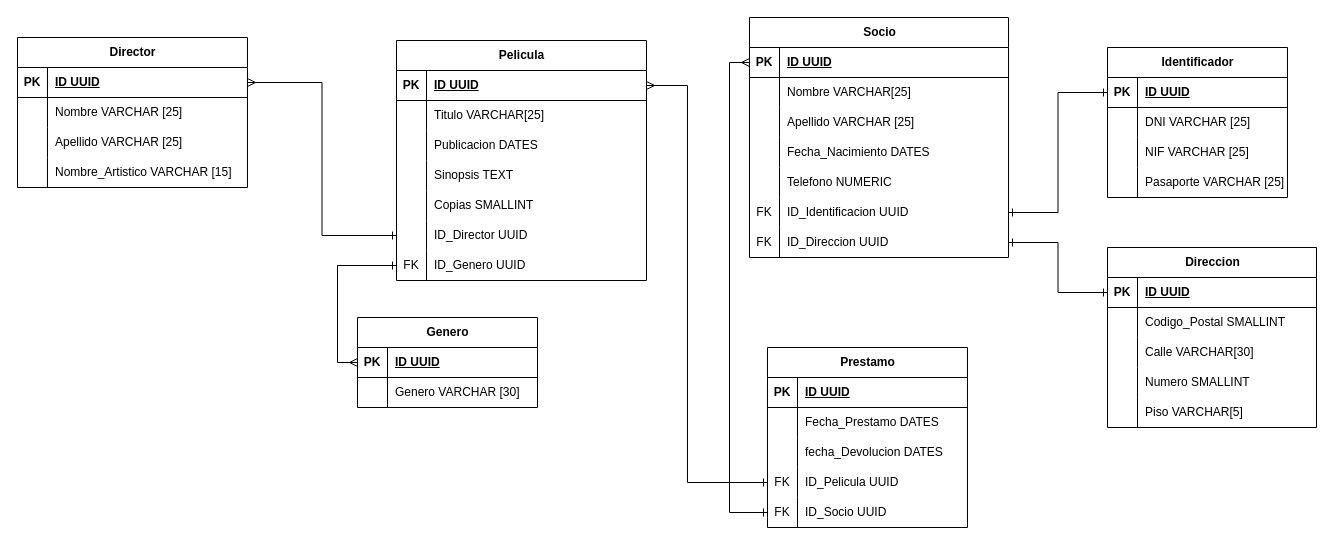
Before: Diagrama-Practica-Modulo-SQL.drawio in Gaston-Herrlein/Practica-Modulo-SQL, a draw.io diagram. Source tidied: cells renumbered, new cells numbered last; positions are measured from the earlier drawing's top-left corner, leaving out a move shared by most shapes. Both pictures are drawn from the tidied source at 100%, with x=0, y=0 at pixel (17, 17).
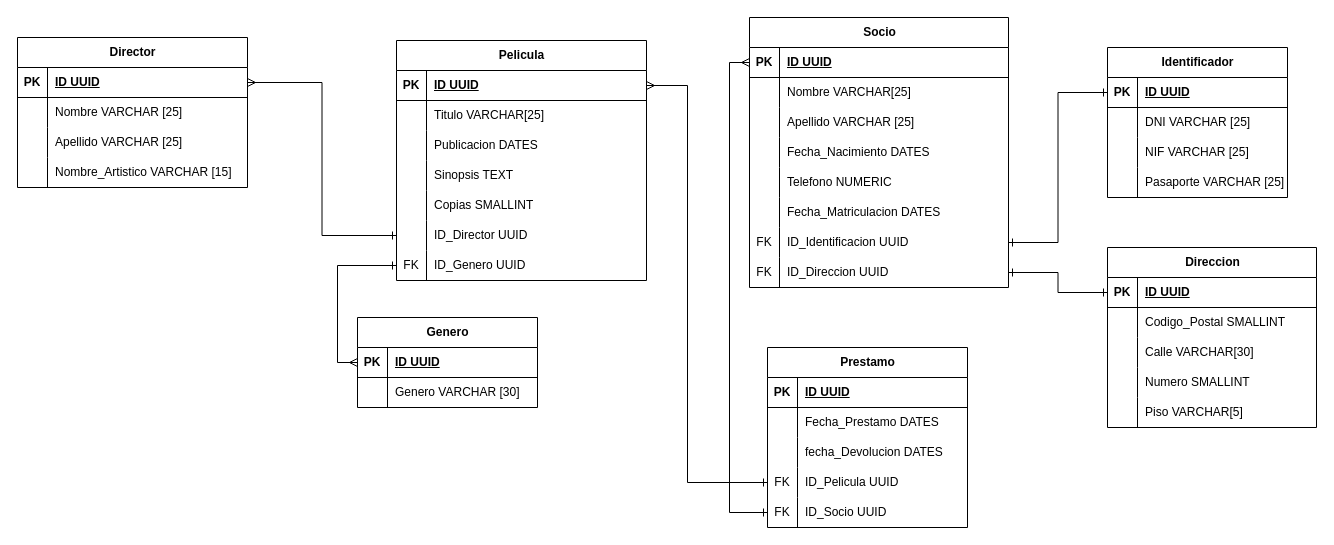
The same page after the edit.

Commit message:
fix: Se agrega un nuevo campo a la tabla socio :art:

What changed in the source:
```diff
@@
     <mxCell id="2" value="Socio" style="shape=table;startSize=30;childLayout=tableLayout;rowLines=0;fontStyle=1;align=center;html=1;" parent="1" vertex="1">
-      <mxGeometry x="732" width="259" height="240" as="geometry" />
+      <mxGeometry x="732" width="259" height="270" as="geometry" />
     </mxCell>
@@
+    <mxCell id="117" style="shape=tableRow;horizontal=0;startSize=0;swimlaneHead=0;swimlaneBody=0;fillColor=none;top=0;left=0;right=0;bottom=0;" parent="2" vertex="1">
+      <mxGeometry y="180" width="259" height="30" as="geometry" />
+    </mxCell>
+    <mxCell id="118" style="shape=partialRectangle;fillColor=none;top=0;left=0;bottom=0;right=0;overflow=hidden;whiteSpace=wrap;html=1;" parent="117" vertex="1">
+      <mxGeometry width="30" height="30" as="geometry" />
+    </mxCell>
+    <mxCell id="119" value="Fecha_Matriculacion DATES" style="shape=partialRectangle;fillColor=none;top=0;left=0;bottom=0;right=0;align=left;spacingLeft=6;overflow=hidden;whiteSpace=wrap;html=1;" parent="117" vertex="1">
+      <mxGeometry x="30" width="229" height="30" as="geometry" />
+    </mxCell>
     <mxCell id="18" style="shape=tableRow;horizontal=0;startSize=0;swimlaneHead=0;swimlaneBody=0;fillColor=none;points=[[0,0.5],[1,0.5]];portConstraint=eastwest;top=0;left=0;right=0;bottom=0;" parent="2" vertex="1">
-      <mxGeometry y="180" width="259" height="30" as="geometry" />
+      <mxGeometry y="210" width="259" height="30" as="geometry" />
     </mxCell>
@@
     <mxCell id="21" style="shape=tableRow;horizontal=0;startSize=0;swimlaneHead=0;swimlaneBody=0;fillColor=none;points=[[0,0.5],[1,0.5]];portConstraint=eastwest;top=0;left=0;right=0;bottom=0;" parent="2" vertex="1">
-      <mxGeometry y="210" width="259" height="30" as="geometry" />
+      <mxGeometry y="240" width="259" height="30" as="geometry" />
     </mxCell>
```
